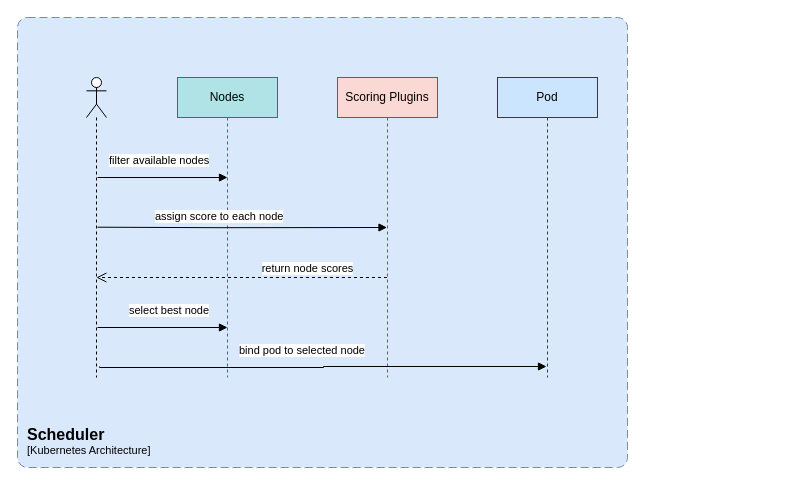
microtema/K8S-Architecture keeps this draw.io diagram as page "Scheduler" (4 of 4) of resources/enterprise-architecture.drawio. Above is the earlier version. Source tidied: cells renumbered, new cells numbered last; positions are measured from the earlier drawing's top-left corner, leaving out a move shared by most shapes. Both pictures are drawn from the tidied source at 100%, with x=0, y=0 at pixel (17, 17).
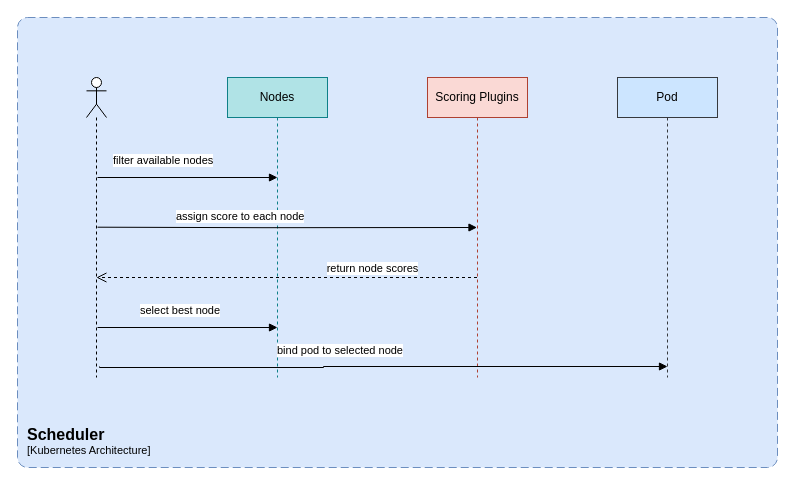
The same diagram, later.

Change to the diagram source:
```diff
@@
 <mxGraphModel>
   <root>
     <mxCell id="0" />
     <mxCell id="1" parent="0" />
     <object id="2" label="&lt;font style=&quot;font-size: 16px&quot;&gt;&lt;b&gt;&lt;div style=&quot;text-align: left&quot;&gt;%c4Name%&lt;/div&gt;&lt;/b&gt;&lt;/font&gt;&lt;div style=&quot;text-align: left&quot;&gt;[%c4Application%]&lt;/div&gt;" c4Application="Kubernetes Architecture" c4Name="Scheduler" placeholders="1">
       <mxCell style="rounded=1;fontSize=11;whiteSpace=wrap;html=1;dashed=1;arcSize=20;fillColor=#dae8fc;strokeColor=#6c8ebf;labelBackgroundColor=none;align=left;verticalAlign=bottom;labelBorderColor=none;spacingTop=0;spacing=10;dashPattern=8 4;perimeter=rectanglePerimeter;noLabel=0;labelPadding=0;absoluteArcSize=1;" parent="1" vertex="1">
-        <mxGeometry width="610" height="450" as="geometry" />
+        <mxGeometry width="760" height="450" as="geometry" />
       </mxCell>
     </object>
     <mxCell id="3" style="shape=umlLifeline;perimeter=lifelinePerimeter;whiteSpace=wrap;html=1;newEdgeStyle={&quot;curved&quot;:0,&quot;rounded&quot;:0};participant=umlActor;" parent="1" vertex="1">
       <mxGeometry x="69" y="60" width="20" height="300" as="geometry" />
     </mxCell>
     <mxCell id="4" value="Nodes" style="shape=umlLifeline;perimeter=lifelinePerimeter;whiteSpace=wrap;html=1;newEdgeStyle={&quot;curved&quot;:0,&quot;rounded&quot;:0};fillColor=#b0e3e6;strokeColor=#0e8088;" parent="1" vertex="1">
-      <mxGeometry x="160" y="60" width="100" height="300" as="geometry" />
+      <mxGeometry x="210" y="60" width="100" height="300" as="geometry" />
     </mxCell>
     <mxCell id="5" value="Scoring Plugins" style="shape=umlLifeline;perimeter=lifelinePerimeter;whiteSpace=wrap;html=1;outlineConnect=0;portConstraint=eastwest;newEdgeStyle={&quot;curved&quot;:0,&quot;rounded&quot;:0};fillColor=#fad9d5;strokeColor=#ae4132;" parent="1" vertex="1">
-      <mxGeometry x="320" y="60" width="100" height="300" as="geometry" />
+      <mxGeometry x="410" y="60" width="100" height="300" as="geometry" />
     </mxCell>
     <mxCell id="6" value="Pod" style="shape=umlLifeline;perimeter=lifelinePerimeter;whiteSpace=wrap;html=1;newEdgeStyle={&quot;curved&quot;:0,&quot;rounded&quot;:0};fillColor=#cce5ff;strokeColor=#36393d;" parent="1" vertex="1">
-      <mxGeometry x="480" y="60" width="100" height="300" as="geometry" />
+      <mxGeometry x="600" y="60" width="100" height="300" as="geometry" />
     </mxCell>
     <mxCell id="7" value="filter available nodes" style="endArrow=block;endFill=1;html=1;edgeStyle=orthogonalEdgeStyle;align=left;verticalAlign=top;rounded=0;" parent="1" edge="1">
       <mxGeometry x="-0.85" y="30" relative="1" as="geometry">
         <mxPoint x="80" y="160" as="sourcePoint" />
-        <mxPoint x="210" y="160" as="targetPoint" />
+        <mxPoint x="260" y="160" as="targetPoint" />
       </mxGeometry>
     </mxCell>
     <mxCell id="8" value="assign score to each node" style="endArrow=block;endFill=1;html=1;edgeStyle=orthogonalEdgeStyle;align=left;verticalAlign=top;rounded=0;" parent="1" edge="1" target="5">
       <mxGeometry x="-0.52" y="30" relative="1" as="geometry">
         <mxPoint x="80" y="209.7" as="sourcePoint" />
         <mxPoint x="-14" y="6" as="offset" />
       </mxGeometry>
     </mxCell>
-    <mxCell id="9" value="return node scores" style="html=1;verticalAlign=bottom;endArrow=open;dashed=1;endSize=8;curved=0;rounded=0;" parent="1" edge="1">
+    <mxCell id="9" value="return node scores" style="html=1;verticalAlign=bottom;endArrow=open;dashed=1;endSize=8;curved=0;rounded=0;" parent="1" edge="1" source="5">
       <mxGeometry x="-0.45" relative="1" as="geometry">
-        <mxPoint x="369.5" y="260" as="sourcePoint" />
         <mxPoint x="78.9" y="260" as="targetPoint" />
       </mxGeometry>
     </mxCell>
     <mxCell id="10" value="select best node" style="endArrow=block;endFill=1;html=1;edgeStyle=orthogonalEdgeStyle;align=left;verticalAlign=top;rounded=0;" parent="1" edge="1">
       <mxGeometry x="-0.54" y="30" relative="1" as="geometry">
         <mxPoint x="80" y="310" as="sourcePoint" />
-        <mxPoint x="210" y="310" as="targetPoint" />
+        <mxPoint x="260" y="310" as="targetPoint" />
       </mxGeometry>
     </mxCell>
     <mxCell id="11" value="bind pod to selected node" style="endArrow=block;endFill=1;html=1;edgeStyle=orthogonalEdgeStyle;align=left;verticalAlign=top;rounded=0;" parent="1" edge="1">
       <mxGeometry x="-0.38" y="30" relative="1" as="geometry">
         <mxPoint x="82" y="349" as="sourcePoint" />
-        <mxPoint x="529" y="349" as="targetPoint" />
+        <mxPoint x="650" y="349" as="targetPoint" />
         <Array as="points">
           <mxPoint x="306" y="350" />
         </Array>
       </mxGeometry>
     </mxCell>
   </root>
 </mxGraphModel>
```
